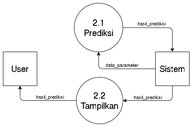
This is Images/dfd_level2_prediksi.png from rshby/skripsi, a draw.io export, as it was before one commit. Source tidied: cells renumbered, new cells last; positions are measured from the earlier drawing's top-left corner, leaving out a move shared by most shapes. The source it was exported from:
```xml
<mxGraphModel>
  <root>
    <mxCell id="0" />
    <mxCell id="1" parent="0" />
    <mxCell id="2" value="&lt;font style=&quot;font-size: 20px&quot;&gt;2.2 Tampilkan&lt;br&gt;&lt;/font&gt;" style="ellipse;whiteSpace=wrap;html=1;" parent="1" vertex="1">
      <mxGeometry x="173" y="175" width="110" height="110" as="geometry" />
    </mxCell>
    <mxCell id="3" value="&lt;font style=&quot;font-size: 20px&quot;&gt;2.1&lt;br&gt;Prediksi&lt;/font&gt;" style="ellipse;whiteSpace=wrap;html=1;" parent="1" vertex="1">
      <mxGeometry x="168" width="115" height="115" as="geometry" />
    </mxCell>
    <mxCell id="4" value="&lt;font style=&quot;font-size: 20px&quot;&gt;User&lt;/font&gt;" style="whiteSpace=wrap;html=1;" parent="1" vertex="1">
      <mxGeometry y="115" width="80" height="80" as="geometry" />
    </mxCell>
    <mxCell id="5" value="&lt;font style=&quot;font-size: 20px&quot;&gt;Sistem&lt;/font&gt;" style="whiteSpace=wrap;html=1;" parent="1" vertex="1">
      <mxGeometry x="360" y="115" width="80" height="80" as="geometry" />
    </mxCell>
    <mxCell id="6" style="endArrow=classic;html=1;exitX=0;exitY=0.5;exitDx=0;exitDy=0;entryX=0.5;entryY=1;entryDx=0;entryDy=0;" parent="1" edge="1" source="5" target="3">
      <mxGeometry relative="1" as="geometry">
        <Array as="points">
          <mxPoint x="226" y="155" />
        </Array>
      </mxGeometry>
    </mxCell>
    <mxCell id="7" value="data_parameter" style="edgeLabel;html=1;align=center;verticalAlign=bottom;labelBackgroundColor=none;" parent="6" vertex="1">
      <mxGeometry x="0.09" relative="1" as="geometry">
        <mxPoint x="15" as="offset" />
      </mxGeometry>
    </mxCell>
    <mxCell id="8" style="endArrow=classic;html=1;exitX=1;exitY=0.5;exitDx=0;exitDy=0;entryX=0.5;entryY=0;entryDx=0;entryDy=0;" parent="1" edge="1" source="3" target="5">
      <mxGeometry relative="1" as="geometry">
        <Array as="points">
          <mxPoint x="400" y="58" />
        </Array>
      </mxGeometry>
    </mxCell>
    <mxCell id="9" value="hasil_prediksi" style="edgeLabel;html=1;align=center;verticalAlign=bottom;labelBackgroundColor=none;" parent="8" vertex="1">
      <mxGeometry x="-0.66" y="1" relative="1" as="geometry">
        <mxPoint x="37" y="1" as="offset" />
      </mxGeometry>
    </mxCell>
    <mxCell id="10" style="endArrow=classic;html=1;exitX=0.5;exitY=1;exitDx=0;exitDy=0;entryX=1;entryY=0.5;entryDx=0;entryDy=0;" parent="1" edge="1" source="5" target="2">
      <mxGeometry relative="1" as="geometry">
        <Array as="points">
          <mxPoint x="400" y="230" />
        </Array>
      </mxGeometry>
    </mxCell>
    <mxCell id="11" value="hasil_prediksi" style="edgeLabel;html=1;align=center;verticalAlign=bottom;labelBackgroundColor=none;" parent="10" vertex="1">
      <mxGeometry x="0.4" relative="1" as="geometry">
        <mxPoint x="12" y="1" as="offset" />
      </mxGeometry>
    </mxCell>
    <mxCell id="12" style="endArrow=classic;html=1;exitX=0;exitY=0.5;exitDx=0;exitDy=0;entryX=0.5;entryY=1;entryDx=0;entryDy=0;" parent="1" edge="1" source="2" target="4">
      <mxGeometry relative="1" as="geometry">
        <Array as="points">
          <mxPoint x="40" y="230" />
        </Array>
      </mxGeometry>
    </mxCell>
    <mxCell id="13" value="hasil_prediksi" style="edgeLabel;html=1;align=center;verticalAlign=bottom;labelBackgroundColor=none;" parent="12" vertex="1">
      <mxGeometry x="0.12" y="-1" relative="1" as="geometry">
        <mxPoint x="30" y="1" as="offset" />
      </mxGeometry>
    </mxCell>
  </root>
</mxGraphModel>
```
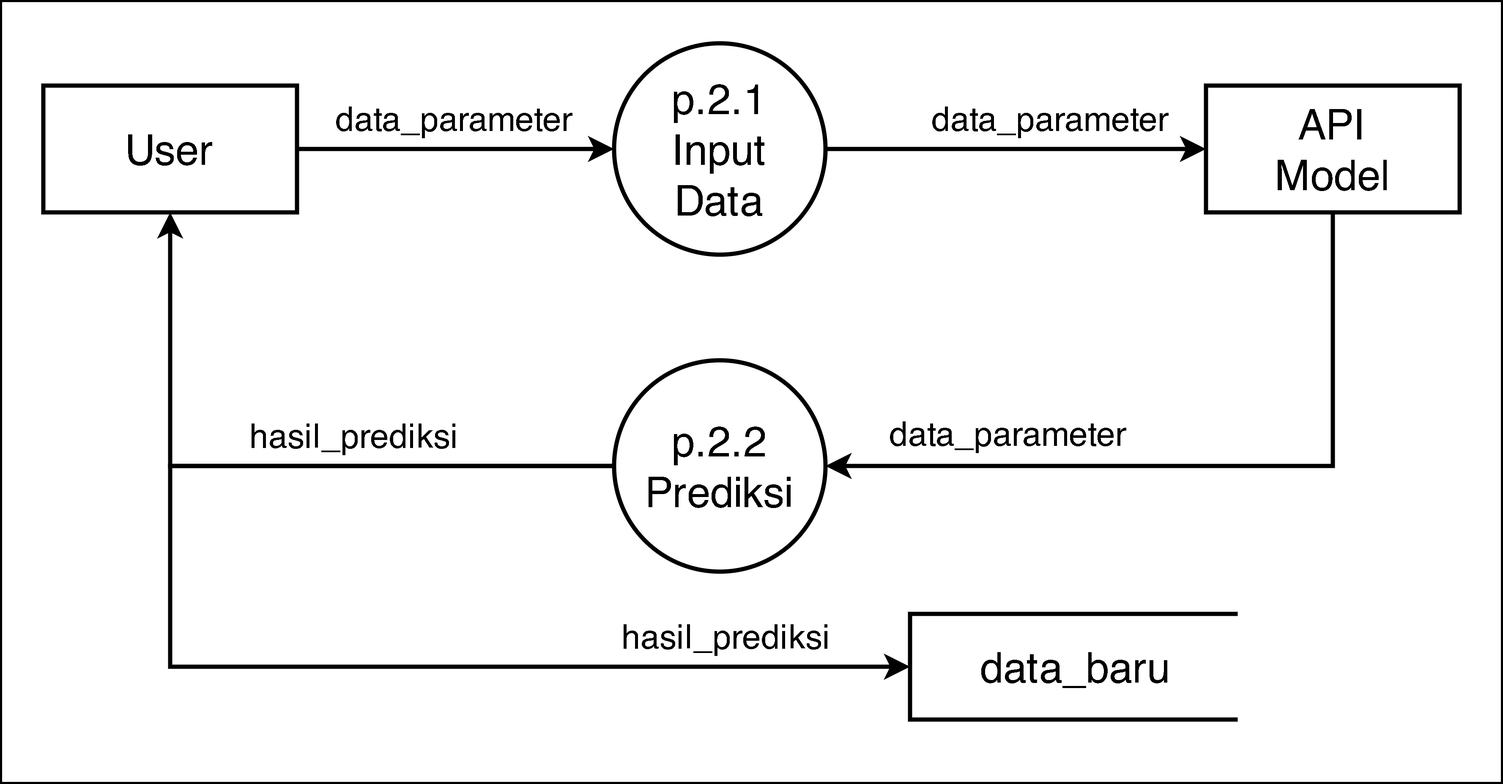
Later version of the same file.

Commit message:
Update DFD Level 0 di Word

The edit, as a diff of the source:
```diff
@@ -2,65 +2,79 @@
   <root>
     <mxCell id="0" />
     <mxCell id="1" parent="0" />
-    <mxCell id="2" value="&lt;font style=&quot;font-size: 20px&quot;&gt;2.2 Tampilkan&lt;br&gt;&lt;/font&gt;" style="ellipse;whiteSpace=wrap;html=1;" parent="1" vertex="1">
-      <mxGeometry x="173" y="175" width="110" height="110" as="geometry" />
-    </mxCell>
-    <mxCell id="3" value="&lt;font style=&quot;font-size: 20px&quot;&gt;2.1&lt;br&gt;Prediksi&lt;/font&gt;" style="ellipse;whiteSpace=wrap;html=1;" parent="1" vertex="1">
-      <mxGeometry x="168" width="115" height="115" as="geometry" />
-    </mxCell>
+    <mxCell id="14" style="group;" parent="1" vertex="1">
+      <mxGeometry x="-110" y="35" width="710" height="370" as="geometry" />
+    </mxCell>
+    <mxCell id="15" style="rounded=0;whiteSpace=wrap;html=1;labelBackgroundColor=none;strokeWidth=1;verticalAlign=bottom;" parent="14" vertex="1">
+      <mxGeometry width="710" height="370" as="geometry" />
+    </mxCell>
-    <mxCell id="4" value="&lt;font style=&quot;font-size: 20px&quot;&gt;User&lt;/font&gt;" style="whiteSpace=wrap;html=1;" parent="1" vertex="1">
-      <mxGeometry y="115" width="80" height="80" as="geometry" />
+    <mxCell id="4" value="&lt;font style=&quot;font-size: 20px&quot;&gt;User&lt;/font&gt;" style="rounded=0;whiteSpace=wrap;html=1;strokeWidth=2;" parent="14" vertex="1">
+      <mxGeometry x="20" y="40" width="120" height="60" as="geometry" />
     </mxCell>
-    <mxCell id="5" value="&lt;font style=&quot;font-size: 20px&quot;&gt;Sistem&lt;/font&gt;" style="whiteSpace=wrap;html=1;" parent="1" vertex="1">
-      <mxGeometry x="360" y="115" width="80" height="80" as="geometry" />
-    </mxCell>
-    <mxCell id="6" style="endArrow=classic;html=1;exitX=0;exitY=0.5;exitDx=0;exitDy=0;entryX=0.5;entryY=1;entryDx=0;entryDy=0;" parent="1" edge="1" source="5" target="3">
-      <mxGeometry relative="1" as="geometry">
-        <Array as="points">
-          <mxPoint x="226" y="155" />
-        </Array>
-      </mxGeometry>
-    </mxCell>
-    <mxCell id="7" value="data_parameter" style="edgeLabel;html=1;align=center;verticalAlign=bottom;labelBackgroundColor=none;" parent="6" vertex="1">
-      <mxGeometry x="0.09" relative="1" as="geometry">
-        <mxPoint x="15" as="offset" />
-      </mxGeometry>
-    </mxCell>
-    <mxCell id="8" style="endArrow=classic;html=1;exitX=1;exitY=0.5;exitDx=0;exitDy=0;entryX=0.5;entryY=0;entryDx=0;entryDy=0;" parent="1" edge="1" source="3" target="5">
-      <mxGeometry relative="1" as="geometry">
-        <Array as="points">
-          <mxPoint x="400" y="58" />
-        </Array>
-      </mxGeometry>
-    </mxCell>
-    <mxCell id="9" value="hasil_prediksi" style="edgeLabel;html=1;align=center;verticalAlign=bottom;labelBackgroundColor=none;" parent="8" vertex="1">
-      <mxGeometry x="-0.66" y="1" relative="1" as="geometry">
-        <mxPoint x="37" y="1" as="offset" />
-      </mxGeometry>
-    </mxCell>
-    <mxCell id="10" style="endArrow=classic;html=1;exitX=0.5;exitY=1;exitDx=0;exitDy=0;entryX=1;entryY=0.5;entryDx=0;entryDy=0;" parent="1" edge="1" source="5" target="2">
-      <mxGeometry relative="1" as="geometry">
-        <Array as="points">
-          <mxPoint x="400" y="230" />
-        </Array>
-      </mxGeometry>
-    </mxCell>
-    <mxCell id="11" value="hasil_prediksi" style="edgeLabel;html=1;align=center;verticalAlign=bottom;labelBackgroundColor=none;" parent="10" vertex="1">
-      <mxGeometry x="0.4" relative="1" as="geometry">
-        <mxPoint x="12" y="1" as="offset" />
-      </mxGeometry>
-    </mxCell>
-    <mxCell id="12" style="endArrow=classic;html=1;exitX=0;exitY=0.5;exitDx=0;exitDy=0;entryX=0.5;entryY=1;entryDx=0;entryDy=0;" parent="1" edge="1" source="2" target="4">
-      <mxGeometry relative="1" as="geometry">
-        <Array as="points">
-          <mxPoint x="40" y="230" />
-        </Array>
-      </mxGeometry>
-    </mxCell>
-    <mxCell id="13" value="hasil_prediksi" style="edgeLabel;html=1;align=center;verticalAlign=bottom;labelBackgroundColor=none;" parent="12" vertex="1">
-      <mxGeometry x="0.12" y="-1" relative="1" as="geometry">
-        <mxPoint x="30" y="1" as="offset" />
-      </mxGeometry>
-    </mxCell>
+    <mxCell id="16" value="&lt;font style=&quot;font-size: 20px&quot;&gt;API&lt;br&gt;Model&lt;br&gt;&lt;/font&gt;" style="rounded=0;whiteSpace=wrap;html=1;strokeWidth=2;" parent="14" vertex="1">
+      <mxGeometry x="570" y="40" width="120" height="60" as="geometry" />
+    </mxCell>
+    <mxCell id="17" value="&lt;font style=&quot;font-size: 20px&quot;&gt;p.2.1&lt;br&gt;Input&lt;br&gt;Data&lt;/font&gt;" style="ellipse;whiteSpace=wrap;html=1;strokeWidth=2;" parent="14" vertex="1">
+      <mxGeometry x="290" y="20" width="100" height="100" as="geometry" />
+    </mxCell>
+    <mxCell id="18" value="&lt;font style=&quot;font-size: 20px&quot;&gt;p.2.2&lt;br&gt;Prediksi&lt;br&gt;&lt;/font&gt;" style="ellipse;whiteSpace=wrap;html=1;strokeWidth=2;" parent="14" vertex="1">
+      <mxGeometry x="290" y="170" width="100" height="100" as="geometry" />
+    </mxCell>
+    <mxCell id="19" value="&lt;font style=&quot;font-size: 20px&quot;&gt;data_baru&lt;/font&gt;" style="strokeWidth=2;html=1;shape=mxgraph.flowchart.annotation_1;align=center;" parent="14" vertex="1">
+      <mxGeometry x="430" y="290" width="155" height="50" as="geometry" />
+    </mxCell>
+    <mxCell id="20" style="endArrow=classic;html=1;strokeWidth=2;exitX=1;exitY=0.5;exitDx=0;exitDy=0;entryX=0;entryY=0.5;entryDx=0;entryDy=0;" parent="14" edge="1" source="4" target="17">
+      <mxGeometry relative="1" as="geometry" />
+    </mxCell>
+    <mxCell id="21" value="&lt;font style=&quot;font-size: 16px&quot;&gt;data_parameter&lt;/font&gt;" style="edgeLabel;html=1;align=center;verticalAlign=bottom;" parent="20" vertex="1">
+      <mxGeometry x="-0.27" y="-1" relative="1" as="geometry">
+        <mxPoint x="18" y="-4" as="offset" />
+      </mxGeometry>
+    </mxCell>
+    <mxCell id="22" style="endArrow=classic;html=1;strokeWidth=2;exitX=1;exitY=0.5;exitDx=0;exitDy=0;entryX=0;entryY=0.5;entryDx=0;entryDy=0;" parent="14" edge="1" source="17" target="16">
+      <mxGeometry relative="1" as="geometry" />
+    </mxCell>
+    <mxCell id="23" value="&lt;font style=&quot;font-size: 16px&quot;&gt;data_parameter&lt;/font&gt;" style="edgeLabel;html=1;align=center;verticalAlign=bottom;labelBackgroundColor=none;" parent="22" vertex="1">
+      <mxGeometry x="-0.33" y="2" relative="1" as="geometry">
+        <mxPoint x="45" y="-1" as="offset" />
+      </mxGeometry>
+    </mxCell>
+    <mxCell id="24" style="endArrow=classic;html=1;strokeWidth=2;exitX=0.5;exitY=1;exitDx=0;exitDy=0;entryX=1;entryY=0.5;entryDx=0;entryDy=0;rounded=0;" parent="14" edge="1" source="16" target="18">
+      <mxGeometry relative="1" as="geometry">
+        <Array as="points">
+          <mxPoint x="630" y="220" />
+        </Array>
+      </mxGeometry>
+    </mxCell>
+    <mxCell id="25" value="&lt;font style=&quot;font-size: 16px&quot;&gt;data_parameter&lt;/font&gt;" style="edgeLabel;html=1;align=center;verticalAlign=bottom;labelBackgroundColor=none;" parent="24" vertex="1">
+      <mxGeometry x="0.72" relative="1" as="geometry">
+        <mxPoint x="35" y="-4" as="offset" />
+      </mxGeometry>
+    </mxCell>
+    <mxCell id="26" style="endArrow=classic;html=1;strokeWidth=2;exitX=0;exitY=0.5;exitDx=0;exitDy=0;entryX=0.5;entryY=1;entryDx=0;entryDy=0;rounded=0;" parent="14" edge="1" source="18" target="4">
+      <mxGeometry relative="1" as="geometry">
+        <Array as="points">
+          <mxPoint x="80" y="220" />
+        </Array>
+      </mxGeometry>
+    </mxCell>
+    <mxCell id="27" style="endArrow=classic;html=1;strokeWidth=2;exitX=0;exitY=0.5;exitDx=0;exitDy=0;entryX=0;entryY=0.5;entryDx=0;entryDy=0;entryPerimeter=0;rounded=0;" parent="14" edge="1" source="18" target="19">
+      <mxGeometry relative="1" as="geometry">
+        <Array as="points">
+          <mxPoint x="80" y="220" />
+          <mxPoint x="80" y="315" />
+        </Array>
+      </mxGeometry>
+    </mxCell>
+    <mxCell id="28" value="&lt;font style=&quot;font-size: 16px&quot;&gt;hasil_prediksi&lt;/font&gt;" style="edgeLabel;html=1;align=center;verticalAlign=bottom;" parent="27" vertex="1">
+      <mxGeometry x="-0.58" y="-1" relative="1" as="geometry">
+        <mxPoint x="13" y="-2" as="offset" />
+      </mxGeometry>
+    </mxCell>
+    <mxCell id="29" value="&lt;font style=&quot;font-size: 16px&quot;&gt;hasil_prediksi&lt;/font&gt;" style="edgeLabel;html=1;align=center;verticalAlign=bottom;" parent="27" vertex="1">
+      <mxGeometry x="0.6" y="2" relative="1" as="geometry">
+        <mxPoint x="42" y="-1" as="offset" />
+      </mxGeometry>
+    </mxCell>
   </root>
 </mxGraphModel>
```
